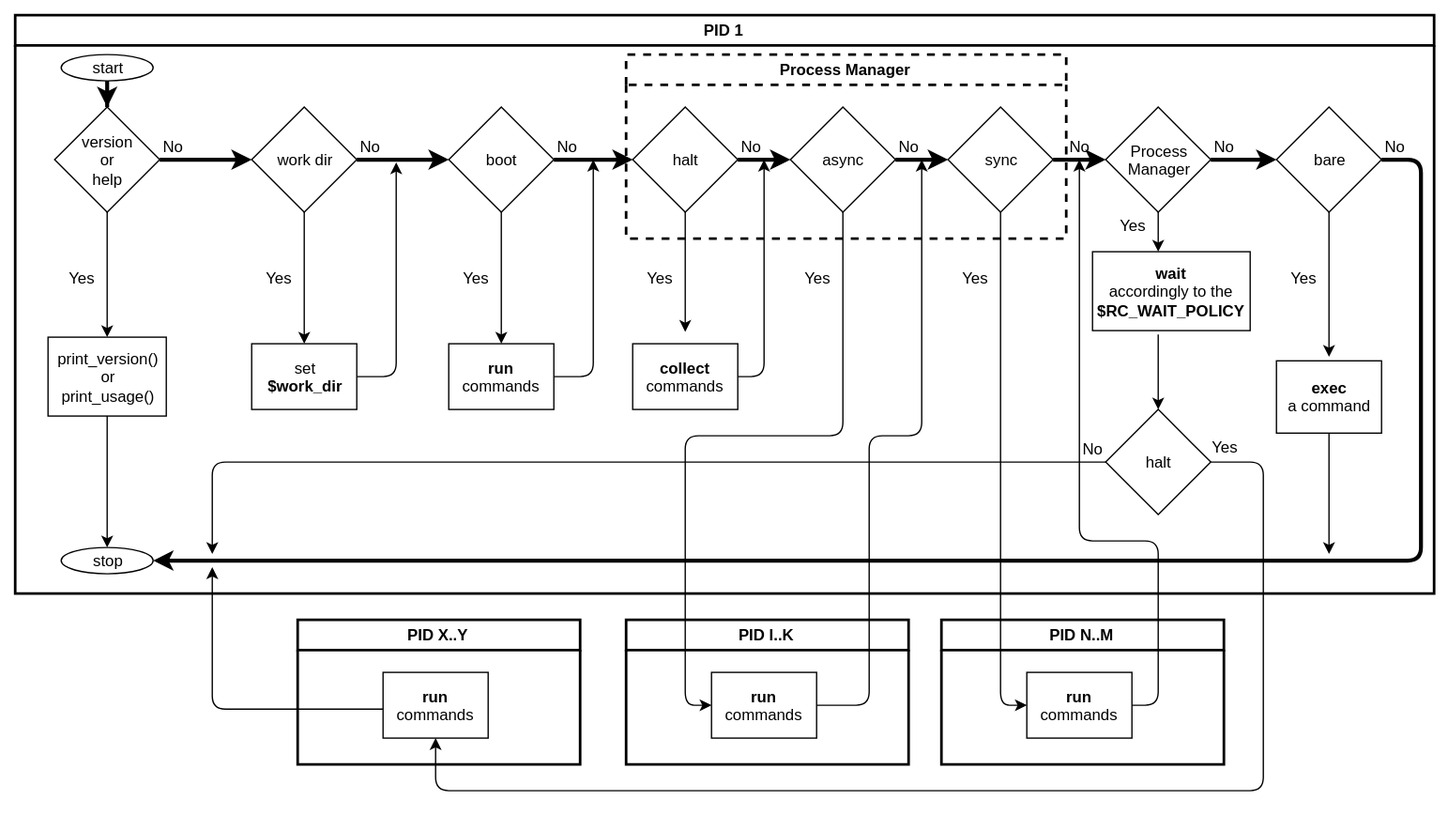
vorakl/TrivialRC keeps this draw.io diagram as docs/images/trivialrc.svg. Above is the earlier version. Source tidied: cells renumbered, new cells last; positions are measured from the earlier drawing's top-left corner, leaving out a move shared by most shapes. Source of this version:
```xml
<mxGraphModel background="#ffffff">
  <root>
    <mxCell id="0" />
    <mxCell id="1" parent="0" />
    <mxCell id="2" style="edgeStyle=orthogonalEdgeStyle;rounded=0;html=1;entryX=0.5;entryY=0;jettySize=auto;strokeWidth=3;" parent="1" edge="1" source="3" target="6">
      <mxGeometry relative="1" as="geometry" />
    </mxCell>
    <mxCell id="3" value="start" style="ellipse;whiteSpace=wrap;html=1;" parent="1" vertex="1">
      <mxGeometry x="35" y="30" width="70" height="20" as="geometry" />
    </mxCell>
    <mxCell id="4" style="edgeStyle=orthogonalEdgeStyle;rounded=0;html=1;entryX=0;entryY=0.5;jettySize=auto;strokeWidth=3;" parent="1" edge="1" source="6" target="9">
      <mxGeometry relative="1" as="geometry" />
    </mxCell>
    <mxCell id="5" style="edgeStyle=orthogonalEdgeStyle;rounded=0;html=1;jettySize=auto;strokeWidth=1;" parent="1" edge="1" source="6" target="59">
      <mxGeometry relative="1" as="geometry" />
    </mxCell>
    <mxCell id="6" value="version&lt;br&gt;or&lt;br&gt;help" style="rhombus;whiteSpace=wrap;html=1;" parent="1" vertex="1">
      <mxGeometry x="30" y="70" width="80" height="80" as="geometry" />
    </mxCell>
    <mxCell id="7" style="edgeStyle=orthogonalEdgeStyle;rounded=0;html=1;entryX=0.5;entryY=0;jettySize=auto;" parent="1" edge="1" source="9" target="28">
      <mxGeometry relative="1" as="geometry" />
    </mxCell>
    <mxCell id="8" style="edgeStyle=orthogonalEdgeStyle;rounded=0;html=1;jettySize=auto;strokeWidth=3;" parent="1" edge="1" source="9" target="12">
      <mxGeometry relative="1" as="geometry" />
    </mxCell>
    <mxCell id="9" value="work dir" style="rhombus;whiteSpace=wrap;html=1;" parent="1" vertex="1">
      <mxGeometry x="180" y="70" width="80" height="80" as="geometry" />
    </mxCell>
    <mxCell id="10" style="edgeStyle=orthogonalEdgeStyle;rounded=0;html=1;jettySize=auto;strokeWidth=3;" parent="1" edge="1" source="12" target="15">
      <mxGeometry relative="1" as="geometry" />
    </mxCell>
    <mxCell id="11" style="edgeStyle=orthogonalEdgeStyle;rounded=0;html=1;entryX=0.5;entryY=0;jettySize=auto;" parent="1" edge="1" source="12" target="33">
      <mxGeometry relative="1" as="geometry" />
    </mxCell>
    <mxCell id="12" value="boot" style="rhombus;whiteSpace=wrap;html=1;" parent="1" vertex="1">
      <mxGeometry x="330" y="70" width="80" height="80" as="geometry" />
    </mxCell>
    <mxCell id="13" style="edgeStyle=orthogonalEdgeStyle;rounded=0;html=1;entryX=0;entryY=0.5;jettySize=auto;strokeWidth=3;" parent="1" edge="1" source="15" target="40">
      <mxGeometry relative="1" as="geometry" />
    </mxCell>
    <mxCell id="14" style="edgeStyle=orthogonalEdgeStyle;rounded=0;html=1;jettySize=auto;strokeWidth=1;" parent="1" edge="1" source="15">
      <mxGeometry relative="1" as="geometry">
        <mxPoint x="510" y="241" as="targetPoint" />
      </mxGeometry>
    </mxCell>
    <mxCell id="15" value="halt" style="rhombus;whiteSpace=wrap;html=1;" parent="1" vertex="1">
      <mxGeometry x="470" y="70" width="80" height="80" as="geometry" />
    </mxCell>
    <mxCell id="16" style="edgeStyle=orthogonalEdgeStyle;rounded=0;html=1;entryX=0;entryY=0.5;jettySize=auto;strokeWidth=3;" parent="1" edge="1" source="18" target="20">
      <mxGeometry relative="1" as="geometry" />
    </mxCell>
    <mxCell id="17" style="edgeStyle=orthogonalEdgeStyle;rounded=0;html=1;entryX=0.417;entryY=0;entryPerimeter=0;jettySize=auto;strokeWidth=1;" parent="1" edge="1" source="18" target="47">
      <mxGeometry relative="1" as="geometry" />
    </mxCell>
    <mxCell id="18" value="Process&lt;br&gt;Manager" style="rhombus;whiteSpace=wrap;html=1;" parent="1" vertex="1">
      <mxGeometry x="830" y="70" width="80" height="80" as="geometry" />
    </mxCell>
    <mxCell id="19" style="edgeStyle=orthogonalEdgeStyle;rounded=0;html=1;jettySize=auto;strokeWidth=1;" parent="1" edge="1" source="20">
      <mxGeometry relative="1" as="geometry">
        <mxPoint x="1000" y="260" as="targetPoint" />
      </mxGeometry>
    </mxCell>
    <mxCell id="20" value="bare" style="rhombus;whiteSpace=wrap;html=1;" parent="1" vertex="1">
      <mxGeometry x="960" y="70" width="80" height="80" as="geometry" />
    </mxCell>
    <mxCell id="21" value="No" style="text;html=1;strokeColor=none;fillColor=none;align=center;verticalAlign=middle;whiteSpace=wrap;" parent="1" vertex="1">
      <mxGeometry x="100" y="90" width="40" height="20" as="geometry" />
    </mxCell>
    <mxCell id="22" value="No" style="text;html=1;strokeColor=none;fillColor=none;align=center;verticalAlign=middle;whiteSpace=wrap;" parent="1" vertex="1">
      <mxGeometry x="250" y="90" width="40" height="20" as="geometry" />
    </mxCell>
    <mxCell id="23" value="No" style="text;html=1;strokeColor=none;fillColor=none;align=center;verticalAlign=middle;whiteSpace=wrap;" parent="1" vertex="1">
      <mxGeometry x="400" y="90" width="40" height="20" as="geometry" />
    </mxCell>
    <mxCell id="24" value="No" style="text;html=1;strokeColor=none;fillColor=none;align=center;verticalAlign=middle;whiteSpace=wrap;" parent="1" vertex="1">
      <mxGeometry x="660" y="90" width="40" height="20" as="geometry" />
    </mxCell>
    <mxCell id="25" value="No" style="text;html=1;strokeColor=none;fillColor=none;align=center;verticalAlign=middle;whiteSpace=wrap;" parent="1" vertex="1">
      <mxGeometry x="900" y="90" width="40" height="20" as="geometry" />
    </mxCell>
    <mxCell id="26" value="stop" style="ellipse;whiteSpace=wrap;html=1;" parent="1" vertex="1">
      <mxGeometry x="35" y="405" width="70" height="20" as="geometry" />
    </mxCell>
    <mxCell id="27" value="Yes" style="text;html=1;strokeColor=none;fillColor=none;align=center;verticalAlign=middle;whiteSpace=wrap;" parent="1" vertex="1">
      <mxGeometry x="30" y="190" width="40" height="20" as="geometry" />
    </mxCell>
    <mxCell id="28" value="set &lt;br&gt;&lt;b&gt;$work_dir&lt;/b&gt;" style="rounded=0;whiteSpace=wrap;html=1;" parent="1" vertex="1">
      <mxGeometry x="180" y="250" width="80" height="50" as="geometry" />
    </mxCell>
    <mxCell id="29" value="Yes" style="text;html=1;strokeColor=none;fillColor=none;align=center;verticalAlign=middle;whiteSpace=wrap;" parent="1" vertex="1">
      <mxGeometry x="180" y="190" width="40" height="20" as="geometry" />
    </mxCell>
    <mxCell id="30" style="endArrow=classic;html=1;exitX=1;exitY=0.5;" parent="1" edge="1" source="28">
      <mxGeometry relative="1" as="geometry">
        <mxPoint x="290" y="112" as="targetPoint" />
        <Array as="points">
          <mxPoint x="290" y="275" />
        </Array>
      </mxGeometry>
    </mxCell>
    <mxCell id="31" style="edgeStyle=orthogonalEdgeStyle;rounded=0;html=1;jettySize=auto;strokeWidth=1;" parent="1" edge="1" source="32">
      <mxGeometry relative="1" as="geometry">
        <mxPoint x="1000" y="410" as="targetPoint" />
      </mxGeometry>
    </mxCell>
    <mxCell id="32" value="&lt;b&gt;exec&lt;/b&gt; &lt;br&gt;a command" style="rounded=0;whiteSpace=wrap;html=1;" parent="1" vertex="1">
      <mxGeometry x="960" y="263" width="80" height="55" as="geometry" />
    </mxCell>
    <mxCell id="33" value="&lt;b&gt;run&lt;/b&gt; commands" style="rounded=0;whiteSpace=wrap;html=1;" parent="1" vertex="1">
      <mxGeometry x="330" y="250" width="80" height="50" as="geometry" />
    </mxCell>
    <mxCell id="34" style="endArrow=classic;html=1;exitX=1;exitY=0.5;" parent="1" edge="1" source="33">
      <mxGeometry relative="1" as="geometry">
        <mxPoint x="440" y="110" as="targetPoint" />
        <Array as="points">
          <mxPoint x="440" y="275" />
        </Array>
      </mxGeometry>
    </mxCell>
    <mxCell id="35" value="Yes" style="text;html=1;strokeColor=none;fillColor=none;align=center;verticalAlign=middle;whiteSpace=wrap;" parent="1" vertex="1">
      <mxGeometry x="330" y="190" width="40" height="20" as="geometry" />
    </mxCell>
    <mxCell id="36" value="Yes" style="text;html=1;strokeColor=none;fillColor=none;align=center;verticalAlign=middle;whiteSpace=wrap;" parent="1" vertex="1">
      <mxGeometry x="960" y="190" width="40" height="20" as="geometry" />
    </mxCell>
    <mxCell id="37" value="No" style="text;html=1;strokeColor=none;fillColor=none;align=center;verticalAlign=middle;whiteSpace=wrap;" parent="1" vertex="1">
      <mxGeometry x="1030" y="90" width="40" height="20" as="geometry" />
    </mxCell>
    <mxCell id="38" style="endArrow=classic;html=1;strokeWidth=3;exitX=1;exitY=0.5;entryX=1;entryY=0.5;" parent="1" edge="1" source="20" target="26">
      <mxGeometry relative="1" as="geometry">
        <Array as="points">
          <mxPoint x="1070" y="110" />
          <mxPoint x="1070" y="415" />
        </Array>
      </mxGeometry>
    </mxCell>
    <mxCell id="39" style="edgeStyle=orthogonalEdgeStyle;rounded=0;html=1;entryX=0;entryY=0.5;jettySize=auto;strokeWidth=3;" parent="1" edge="1" source="40" target="42">
      <mxGeometry relative="1" as="geometry" />
    </mxCell>
    <mxCell id="40" value="async" style="rhombus;whiteSpace=wrap;html=1;" parent="1" vertex="1">
      <mxGeometry x="590" y="70" width="80" height="80" as="geometry" />
    </mxCell>
    <mxCell id="41" style="edgeStyle=orthogonalEdgeStyle;rounded=0;html=1;entryX=0;entryY=0.5;jettySize=auto;strokeWidth=3;" parent="1" edge="1" source="42" target="18">
      <mxGeometry relative="1" as="geometry" />
    </mxCell>
    <mxCell id="42" value="sync" style="rhombus;whiteSpace=wrap;html=1;" parent="1" vertex="1">
      <mxGeometry x="710" y="70" width="80" height="80" as="geometry" />
    </mxCell>
    <mxCell id="43" value="No" style="text;html=1;strokeColor=none;fillColor=none;align=center;verticalAlign=middle;whiteSpace=wrap;" parent="1" vertex="1">
      <mxGeometry x="540" y="90" width="40" height="20" as="geometry" />
    </mxCell>
    <mxCell id="44" value="&lt;b&gt;collect&lt;/b&gt; commands" style="rounded=0;whiteSpace=wrap;html=1;" parent="1" vertex="1">
      <mxGeometry x="470" y="250" width="80" height="50" as="geometry" />
    </mxCell>
    <mxCell id="45" value="Yes" style="text;html=1;strokeColor=none;fillColor=none;align=center;verticalAlign=middle;whiteSpace=wrap;" parent="1" vertex="1">
      <mxGeometry x="470" y="190" width="40" height="20" as="geometry" />
    </mxCell>
    <mxCell id="46" style="endArrow=classic;html=1;strokeWidth=1;exitX=1;exitY=0.5;entryX=0.75;entryY=1;" parent="1" edge="1" source="44" target="43">
      <mxGeometry relative="1" as="geometry">
        <Array as="points">
          <mxPoint x="570" y="275" />
        </Array>
      </mxGeometry>
    </mxCell>
    <mxCell id="47" value="&lt;b&gt;wait&lt;/b&gt; &lt;br&gt;accordingly to the &lt;b&gt;$RC_WAIT_POLICY&lt;/b&gt;" style="rounded=0;whiteSpace=wrap;html=1;" parent="1" vertex="1">
      <mxGeometry x="820" y="180" width="120" height="60" as="geometry" />
    </mxCell>
    <mxCell id="48" value="&lt;b&gt;run&lt;/b&gt; commands" style="rounded=0;whiteSpace=wrap;html=1;" parent="1" vertex="1">
      <mxGeometry x="280" y="500" width="80" height="50" as="geometry" />
    </mxCell>
    <mxCell id="49" value="Yes" style="text;html=1;strokeColor=none;fillColor=none;align=center;verticalAlign=middle;whiteSpace=wrap;" parent="1" vertex="1">
      <mxGeometry x="590" y="190" width="40" height="20" as="geometry" />
    </mxCell>
    <mxCell id="50" value="Yes" style="text;html=1;strokeColor=none;fillColor=none;align=center;verticalAlign=middle;whiteSpace=wrap;" parent="1" vertex="1">
      <mxGeometry x="830" y="150" width="40" height="20" as="geometry" />
    </mxCell>
    <mxCell id="51" value="halt" style="rhombus;whiteSpace=wrap;html=1;" parent="1" vertex="1">
      <mxGeometry x="830" y="300" width="80" height="80" as="geometry" />
    </mxCell>
    <mxCell id="52" style="endArrow=classic;html=1;strokeWidth=1;exitX=0;exitY=0.5;" parent="1" edge="1" source="51">
      <mxGeometry relative="1" as="geometry">
        <mxPoint x="150" y="410" as="targetPoint" />
        <Array as="points">
          <mxPoint x="150" y="340" />
        </Array>
      </mxGeometry>
    </mxCell>
    <mxCell id="53" value="No" style="text;html=1;strokeColor=none;fillColor=none;align=center;verticalAlign=middle;whiteSpace=wrap;" parent="1" vertex="1">
      <mxGeometry x="800" y="320" width="40" height="20" as="geometry" />
    </mxCell>
    <mxCell id="54" style="endArrow=classic;html=1;strokeWidth=1;" parent="1" edge="1">
      <mxGeometry relative="1" as="geometry">
        <mxPoint x="280" y="528" as="sourcePoint" />
        <mxPoint x="150" y="420" as="targetPoint" />
        <Array as="points">
          <mxPoint x="150" y="528" />
        </Array>
      </mxGeometry>
    </mxCell>
    <mxCell id="55" style="endArrow=classic;html=1;strokeWidth=1;exitX=1;exitY=0.5;entryX=0.5;entryY=1;" parent="1" edge="1" source="51" target="48">
      <mxGeometry relative="1" as="geometry">
        <Array as="points">
          <mxPoint x="950" y="340" />
          <mxPoint x="950" y="590" />
          <mxPoint x="320" y="590" />
        </Array>
      </mxGeometry>
    </mxCell>
    <mxCell id="56" value="Yes" style="text;html=1;strokeColor=none;fillColor=none;align=center;verticalAlign=middle;whiteSpace=wrap;" parent="1" vertex="1">
      <mxGeometry x="900" y="318" width="40" height="20" as="geometry" />
    </mxCell>
    <mxCell id="57" style="endArrow=classic;html=1;strokeWidth=1;exitX=0.417;exitY=1.05;entryX=0.5;entryY=0;exitPerimeter=0;" parent="1" edge="1" source="47" target="51">
      <mxGeometry relative="1" as="geometry" />
    </mxCell>
    <mxCell id="58" value="PID 1" style="swimlane;strokeWidth=2;" parent="1" vertex="1">
      <mxGeometry width="1080" height="440" as="geometry" />
    </mxCell>
    <mxCell id="59" value="print_version()&lt;br&gt;or&lt;br&gt;print_usage()" style="rounded=0;whiteSpace=wrap;html=1;" parent="58" vertex="1">
      <mxGeometry x="25" y="245" width="90" height="60" as="geometry" />
    </mxCell>
    <mxCell id="60" value="Yes" style="text;html=1;strokeColor=none;fillColor=none;align=center;verticalAlign=middle;whiteSpace=wrap;" parent="58" vertex="1">
      <mxGeometry x="710" y="190" width="40" height="20" as="geometry" />
    </mxCell>
    <mxCell id="61" value="No" style="text;html=1;strokeColor=none;fillColor=none;align=center;verticalAlign=middle;whiteSpace=wrap;" parent="58" vertex="1">
      <mxGeometry x="790" y="90" width="40" height="20" as="geometry" />
    </mxCell>
    <mxCell id="62" value="Process Manager" style="swimlane;strokeColor=#000000;strokeWidth=2;dashed=1;" parent="58" vertex="1">
      <mxGeometry x="465" y="30" width="335" height="140" as="geometry" />
    </mxCell>
    <mxCell id="63" style="edgeStyle=orthogonalEdgeStyle;rounded=0;html=1;entryX=0.5;entryY=0;jettySize=auto;strokeWidth=1;" parent="1" edge="1" source="59" target="26">
      <mxGeometry relative="1" as="geometry" />
    </mxCell>
    <mxCell id="64" value="PID X..Y" style="swimlane;strokeWidth=2;" parent="1" vertex="1">
      <mxGeometry x="215" y="460" width="215" height="110" as="geometry" />
    </mxCell>
    <mxCell id="65" value="PID I..K" style="swimlane;strokeWidth=2;" parent="1" vertex="1">
      <mxGeometry x="465" y="460" width="215" height="110" as="geometry" />
    </mxCell>
    <mxCell id="66" value="&lt;b&gt;run&lt;/b&gt; commands" style="rounded=0;whiteSpace=wrap;html=1;" parent="65" vertex="1">
      <mxGeometry x="65" y="40" width="80" height="50" as="geometry" />
    </mxCell>
    <mxCell id="67" value="PID N..M" style="swimlane;strokeWidth=2;" parent="1" vertex="1">
      <mxGeometry x="705" y="460" width="215" height="110" as="geometry" />
    </mxCell>
    <mxCell id="68" value="&lt;b&gt;run&lt;/b&gt; commands" style="rounded=0;whiteSpace=wrap;html=1;" parent="67" vertex="1">
      <mxGeometry x="65" y="40" width="80" height="50" as="geometry" />
    </mxCell>
    <mxCell id="69" style="endArrow=classic;html=1;strokeWidth=1;exitX=0.5;exitY=1;entryX=0;entryY=0.5;" parent="1" edge="1" source="40" target="66">
      <mxGeometry relative="1" as="geometry">
        <Array as="points">
          <mxPoint x="630" y="320" />
          <mxPoint x="510" y="320" />
          <mxPoint x="510" y="525" />
        </Array>
      </mxGeometry>
    </mxCell>
    <mxCell id="70" style="endArrow=classic;html=1;strokeWidth=1;exitX=1;exitY=0.5;" parent="1" edge="1" source="66">
      <mxGeometry relative="1" as="geometry">
        <mxPoint x="690" y="110" as="targetPoint" />
        <Array as="points">
          <mxPoint x="650" y="525" />
          <mxPoint x="650" y="320" />
          <mxPoint x="690" y="320" />
        </Array>
      </mxGeometry>
    </mxCell>
    <mxCell id="71" style="endArrow=classic;html=1;strokeWidth=1;exitX=0.5;exitY=1;entryX=0;entryY=0.5;" parent="1" edge="1" source="42" target="68">
      <mxGeometry relative="1" as="geometry">
        <Array as="points">
          <mxPoint x="750" y="525" />
        </Array>
      </mxGeometry>
    </mxCell>
    <mxCell id="72" style="endArrow=classic;html=1;strokeWidth=1;exitX=1;exitY=0.5;" parent="1" edge="1" source="68">
      <mxGeometry relative="1" as="geometry">
        <mxPoint x="810" y="110" as="targetPoint" />
        <Array as="points">
          <mxPoint x="870" y="525" />
          <mxPoint x="870" y="400" />
          <mxPoint x="810" y="400" />
        </Array>
      </mxGeometry>
    </mxCell>
  </root>
</mxGraphModel>
```
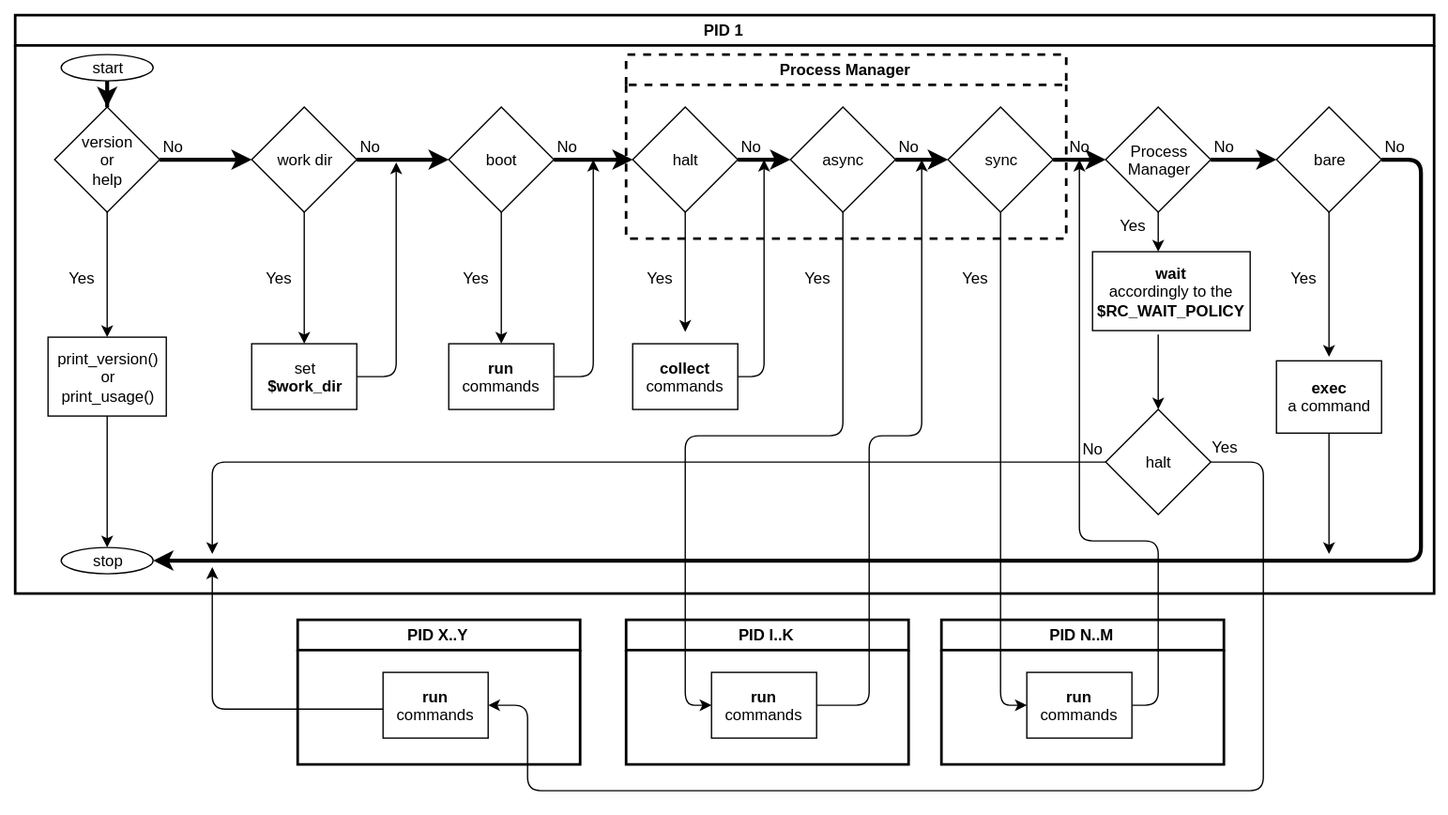
Later version of the same file.

The edit, as a diff of the source:
```diff
@@ -197,12 +197,13 @@
         </Array>
       </mxGeometry>
     </mxCell>
-    <mxCell id="55" style="endArrow=classic;html=1;strokeWidth=1;exitX=1;exitY=0.5;entryX=0.5;entryY=1;" parent="1" edge="1" source="51" target="48">
+    <mxCell id="55" style="endArrow=classic;html=1;strokeWidth=1;exitX=1;exitY=0.5;entryX=1;entryY=0.5;" parent="1" edge="1" source="51" target="48">
       <mxGeometry relative="1" as="geometry">
         <Array as="points">
           <mxPoint x="950" y="340" />
           <mxPoint x="950" y="590" />
-          <mxPoint x="320" y="590" />
+          <mxPoint x="390" y="590" />
+          <mxPoint x="390" y="525" />
         </Array>
       </mxGeometry>
     </mxCell>
```
